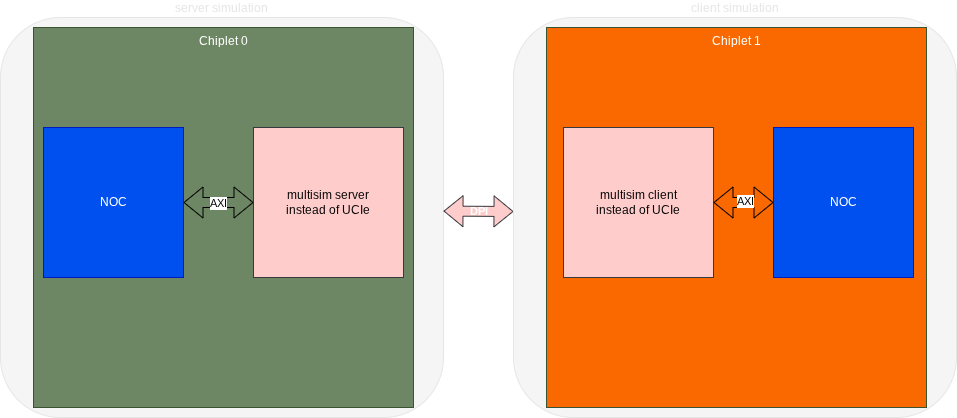
Above: .assets/multisim_multi_chiplet_no_UCIE.drawio.png in zarubaf/multisim (draw.io), before the change. Source tidied: cells renumbered, new cells last; positions are measured from the earlier drawing's top-left corner, leaving out a move shared by most shapes.
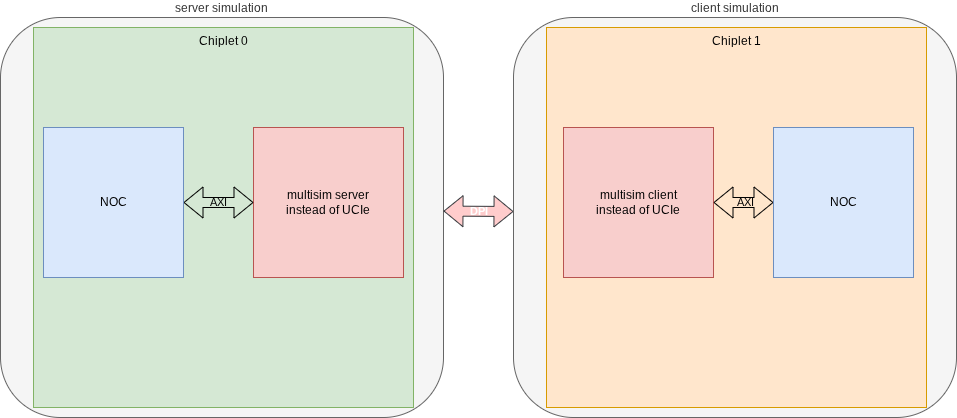
The same file after the commit.

What changed in the source:
```diff
@@ -2,13 +2,13 @@
   <root>
     <mxCell id="0" />
     <mxCell id="1" parent="0" />
-    <mxCell id="2" value="server simulation" style="rounded=1;whiteSpace=wrap;html=1;fillColor=#f5f5f5;labelPosition=center;verticalLabelPosition=top;align=center;verticalAlign=bottom;strokeColor=#E6E6E6;fontColor=#E6E6E6;" parent="1" vertex="1">
+    <mxCell id="2" value="server simulation" style="rounded=1;whiteSpace=wrap;html=1;fillColor=#f5f5f5;labelPosition=center;verticalLabelPosition=top;align=center;verticalAlign=bottom;strokeColor=#666666;fontColor=#333333;" parent="1" vertex="1">
       <mxGeometry width="443" height="400" as="geometry" />
     </mxCell>
-    <mxCell id="3" value="Chiplet 0" style="whiteSpace=wrap;html=1;fillColor=#6d8764;strokeColor=#3A5431;align=center;labelPosition=center;verticalLabelPosition=middle;verticalAlign=top;fontColor=#ffffff;" parent="1" vertex="1">
+    <mxCell id="3" value="Chiplet 0" style="whiteSpace=wrap;html=1;fillColor=#d5e8d4;strokeColor=#82b366;align=center;labelPosition=center;verticalLabelPosition=middle;verticalAlign=top;" parent="1" vertex="1">
       <mxGeometry x="33" y="10" width="380" height="380" as="geometry" />
     </mxCell>
-    <mxCell id="4" value="&lt;div&gt;multisim server&lt;br&gt;instead of UCIe&lt;/div&gt;" style="whiteSpace=wrap;html=1;fillColor=#ffcccc;strokeColor=#36393d;" parent="1" vertex="1">
+    <mxCell id="4" value="&lt;div&gt;multisim server&lt;br&gt;instead of UCIe&lt;/div&gt;" style="whiteSpace=wrap;html=1;fillColor=#f8cecc;strokeColor=#b85450;" parent="1" vertex="1">
       <mxGeometry x="253" y="110" width="150" height="150" as="geometry" />
     </mxCell>
     <mxCell id="5" value="DPI" style="shape=flexArrow;endArrow=classic;startArrow=classic;html=1;rounded=0;fillColor=#ffcccc;strokeColor=#36393d;labelBackgroundColor=none;labelBorderColor=none;textShadow=0;fontStyle=1;fontColor=#FFFFFF;" parent="1" edge="1">
@@ -20,32 +20,34 @@
     <mxCell id="6" style="shape=flexArrow;endArrow=classic;startArrow=classic;html=1;rounded=0;exitX=1;exitY=0.5;exitDx=0;exitDy=0;entryX=0;entryY=0.5;entryDx=0;entryDy=0;" parent="1" edge="1" source="8" target="4">
       <mxGeometry relative="1" as="geometry" />
     </mxCell>
-    <mxCell id="7" value="AXI" style="edgeLabel;html=1;align=center;verticalAlign=middle;" parent="6" vertex="1">
+    <mxCell id="7" value="AXI" style="edgeLabel;html=1;align=center;verticalAlign=middle;labelBackgroundColor=none;" parent="6" vertex="1">
       <mxGeometry x="-0.02" y="-2" relative="1" as="geometry">
-        <mxPoint y="-2" as="offset" />
+        <mxPoint y="-3" as="offset" />
       </mxGeometry>
     </mxCell>
-    <mxCell id="8" value="NOC" style="rounded=0;whiteSpace=wrap;html=1;fillColor=#0050ef;strokeColor=#001DBC;fontColor=#ffffff;" parent="1" vertex="1">
+    <mxCell id="8" value="NOC" style="rounded=0;whiteSpace=wrap;html=1;fillColor=#dae8fc;strokeColor=#6c8ebf;" parent="1" vertex="1">
       <mxGeometry x="43" y="110" width="140" height="150" as="geometry" />
     </mxCell>
-    <mxCell id="9" value="client simulation" style="rounded=1;whiteSpace=wrap;html=1;fillColor=#f5f5f5;labelPosition=center;verticalLabelPosition=top;align=center;verticalAlign=bottom;strokeColor=#E6E6E6;fontColor=#E6E6E6;direction=east;" parent="1" vertex="1">
+    <mxCell id="9" value="client simulation" style="rounded=1;whiteSpace=wrap;html=1;fillColor=#f5f5f5;labelPosition=center;verticalLabelPosition=top;align=center;verticalAlign=bottom;strokeColor=#666666;fontColor=#333333;direction=east;" parent="1" vertex="1">
       <mxGeometry x="513" width="443" height="400" as="geometry" />
     </mxCell>
-    <mxCell id="10" value="Chiplet 1" style="whiteSpace=wrap;html=1;fillColor=#FA6800;strokeColor=#3A5431;align=center;labelPosition=center;verticalLabelPosition=middle;verticalAlign=top;fontColor=#ffffff;direction=east;" parent="1" vertex="1">
+    <mxCell id="10" value="Chiplet 1" style="whiteSpace=wrap;html=1;fillColor=#ffe6cc;strokeColor=#d79b00;align=center;labelPosition=center;verticalLabelPosition=middle;verticalAlign=top;direction=east;" parent="1" vertex="1">
       <mxGeometry x="546" y="10" width="380" height="380" as="geometry" />
     </mxCell>
-    <mxCell id="11" value="&lt;div&gt;multisim client&lt;br&gt;instead of UCIe&lt;/div&gt;" style="whiteSpace=wrap;html=1;fillColor=#ffcccc;strokeColor=#36393d;direction=east;" parent="1" vertex="1">
+    <mxCell id="11" value="&lt;div&gt;multisim client&lt;br&gt;instead of UCIe&lt;/div&gt;" style="whiteSpace=wrap;html=1;fillColor=#f8cecc;strokeColor=#b85450;direction=east;" parent="1" vertex="1">
       <mxGeometry x="563" y="110" width="150" height="150" as="geometry" />
     </mxCell>
-    <mxCell id="12" style="shape=flexArrow;endArrow=classic;startArrow=classic;html=1;rounded=0;exitX=0;exitY=0.5;exitDx=0;exitDy=0;" parent="1" edge="1" source="14">
+    <mxCell id="12" style="shape=flexArrow;endArrow=classic;startArrow=classic;html=1;rounded=0;exitX=0;exitY=0.5;exitDx=0;exitDy=0;labelBackgroundColor=default;" parent="1" edge="1" source="14">
       <mxGeometry relative="1" as="geometry">
         <mxPoint x="713" y="185" as="targetPoint" />
       </mxGeometry>
     </mxCell>
-    <mxCell id="13" value="AXI" style="edgeLabel;html=1;align=center;verticalAlign=middle;" parent="12" vertex="1">
-      <mxGeometry x="-0.02" y="-2" relative="1" as="geometry" />
+    <mxCell id="13" value="AXI" style="edgeLabel;html=1;align=center;verticalAlign=middle;labelBackgroundColor=none;" parent="12" vertex="1">
+      <mxGeometry x="-0.02" y="-2" relative="1" as="geometry">
+        <mxPoint y="1" as="offset" />
+      </mxGeometry>
     </mxCell>
-    <mxCell id="14" value="NOC" style="rounded=0;whiteSpace=wrap;html=1;fillColor=#0050ef;strokeColor=#001DBC;direction=east;fontColor=#ffffff;" parent="1" vertex="1">
+    <mxCell id="14" value="NOC" style="rounded=0;whiteSpace=wrap;html=1;fillColor=#dae8fc;strokeColor=#6c8ebf;direction=east;" parent="1" vertex="1">
       <mxGeometry x="773" y="110" width="140" height="150" as="geometry" />
     </mxCell>
   </root>
```
